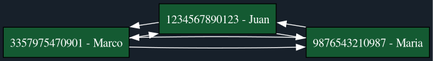
The Graphviz diagram Rapidito/Lista_Dob.png in Marco131-xel/Edd_Proyecto2, before a commit. Its source is kept beside it as Rapidito/Lista_Dob.dot.
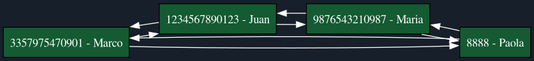
After the change.

Change to the diagram source:
```diff
@@ -6,10 +6,13 @@
 nodo0 [label="3357975470901 -  Marco"];
 nodo1 [label="1234567890123 -  Juan"];
 nodo2 [label="9876543210987 -  Maria"];
+nodo3 [label="8888 - Paola"];
 nodo0 -> nodo1;
 nodo1 -> nodo0;
 nodo1 -> nodo2;
 nodo2 -> nodo1;
-nodo2 -> nodo0;
-nodo0 -> nodo2;
+nodo2 -> nodo3;
+nodo3 -> nodo2;
+nodo3 -> nodo0;
+nodo0 -> nodo3;
 }
```
